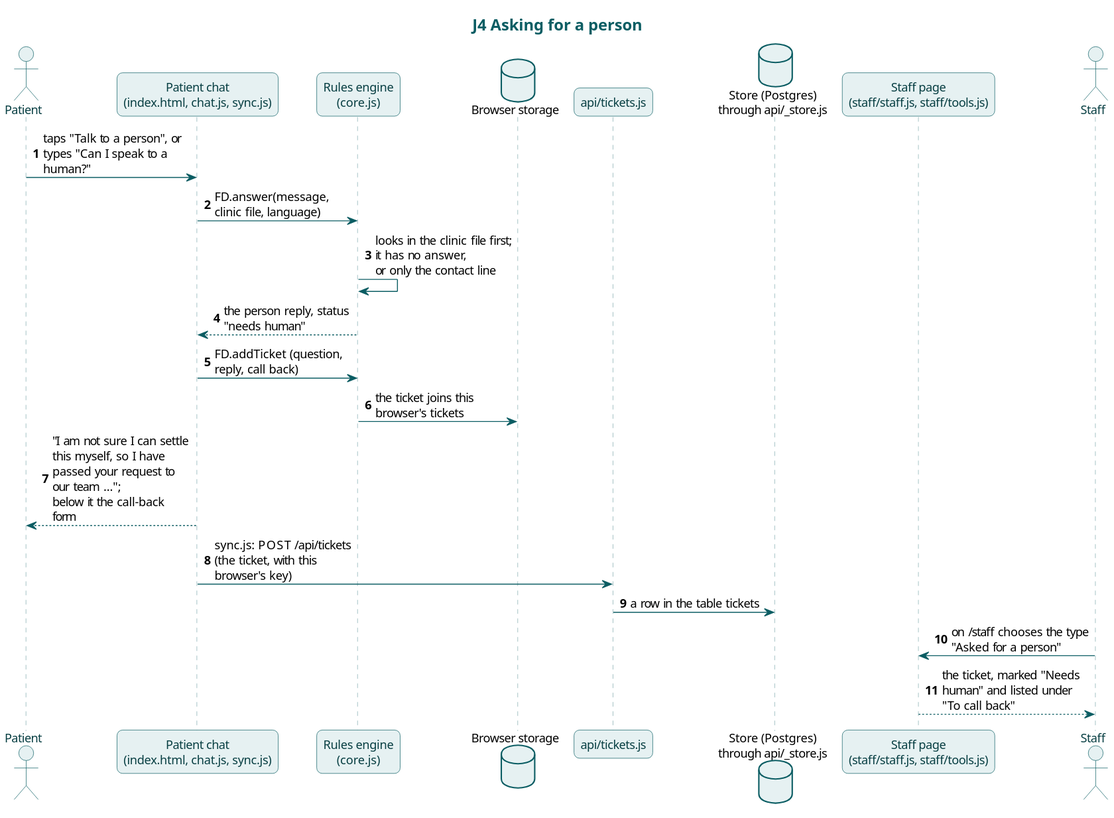
This is docs/diagrams/j4-ask-for-a-person.svg from karwasanjay007/frontdesk-ai-docs, a PlantUML export, as it was before one commit. Its diagram source:
```plantuml
@startuml
!include style.iuml
title J4 Asking for a person
actor Patient
participant "Patient chat\n(index.html, chat.js, sync.js)" as Chat
participant "Rules engine\n(core.js)" as Core
database "Browser storage" as LS
participant "api/tickets.js" as Tix
database "Store (Postgres)\nthrough api/_store.js" as Store
participant "Staff page\n(staff/staff.js, staff/tools.js)" as SP
actor Staff
autonumber

Patient -> Chat : taps "Talk to a person", or types "Can I speak to a human?"
Chat -> Core : FD.answer(message, clinic file, language)
Core -> Core : looks in the clinic file first; it has no answer,\nor only the contact line
Core --> Chat : the person reply, status "needs human"
Chat -> Core : FD.addTicket (question, reply, call back)
Core -> LS : the ticket joins this browser's tickets
Chat --> Patient : "I am not sure I can settle this myself, so I have passed your request to our team ...";\nbelow it the call-back form
Chat -> Tix : sync.js: POST /api/tickets (the ticket, with this browser's key)
Tix -> Store : a row in the table tickets
Staff -> SP : on /staff chooses the type "Asked for a person"
SP --> Staff : the ticket, marked "Needs human" and listed under "To call back"
@enduml
```
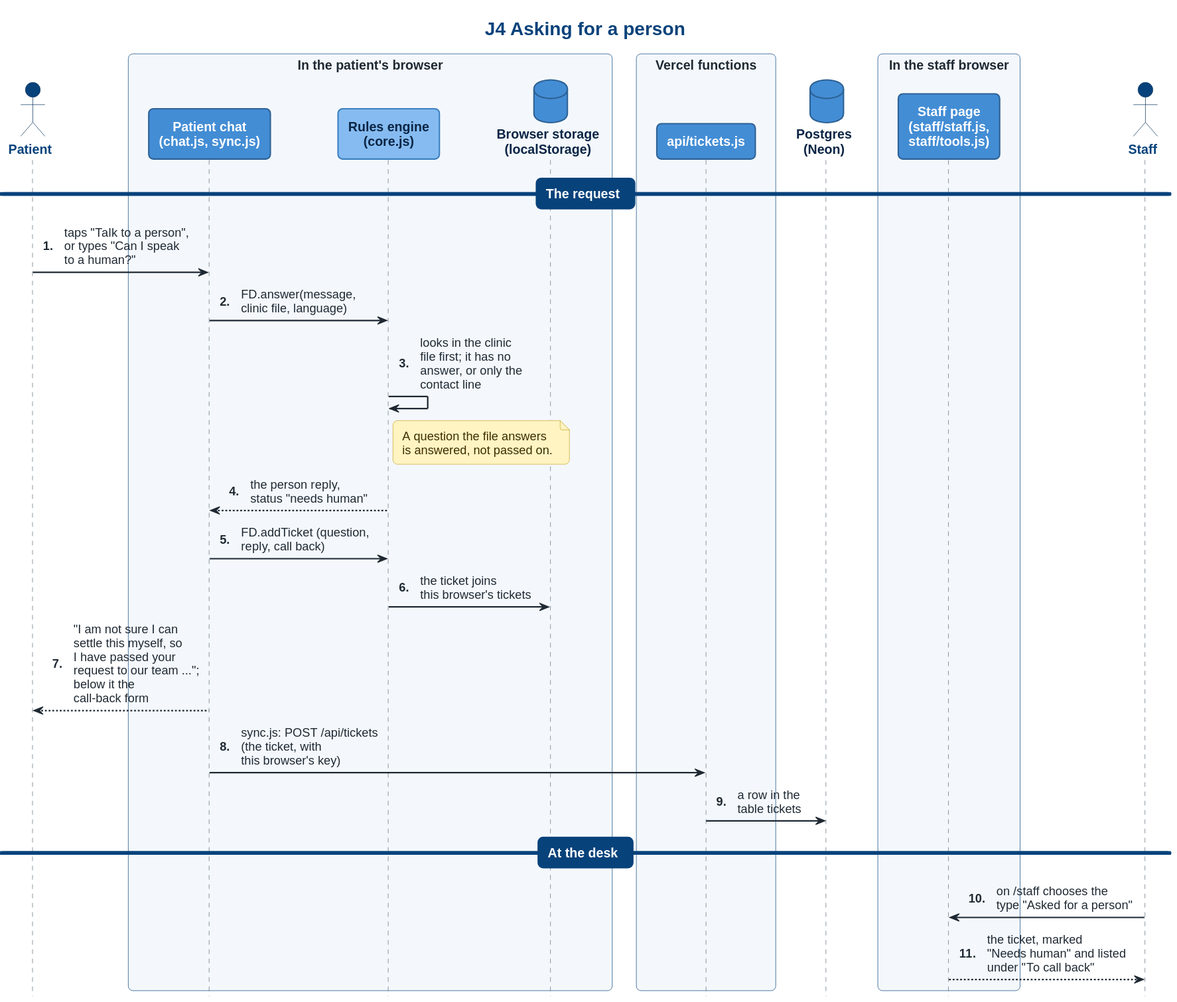
After the commit.

Change to the diagram source:
```diff
@@ -1,25 +1,33 @@
 @startuml
-!include style.iuml
+!include c4-sequence.iuml
 title J4 Asking for a person
-actor Patient
-participant "Patient chat\n(index.html, chat.js, sync.js)" as Chat
-participant "Rules engine\n(core.js)" as Core
-database "Browser storage" as LS
-participant "api/tickets.js" as Tix
-database "Store (Postgres)\nthrough api/_store.js" as Store
-participant "Staff page\n(staff/staff.js, staff/tools.js)" as SP
-actor Staff
-autonumber
+actor "Patient" as Patient <<person>>
+box "In the patient's browser"
+participant "Patient chat\n(chat.js, sync.js)" as Chat <<container>>
+participant "Rules engine\n(core.js)" as Core <<component>>
+database "Browser storage\n(localStorage)" as LS <<store>>
+end box
+box "Vercel functions"
+participant "api/tickets.js" as Tix <<container>>
+end box
+database "Postgres\n(Neon)" as Store <<store>>
+box "In the staff browser"
+participant "Staff page\n(staff/staff.js,\nstaff/tools.js)" as SP <<container>>
+end box
+actor "Staff" as Staff <<person>>
 
-Patient -> Chat : taps "Talk to a person", or types "Can I speak to a human?"
-Chat -> Core : FD.answer(message, clinic file, language)
-Core -> Core : looks in the clinic file first; it has no answer,\nor only the contact line
-Core --> Chat : the person reply, status "needs human"
-Chat -> Core : FD.addTicket (question, reply, call back)
-Core -> LS : the ticket joins this browser's tickets
-Chat --> Patient : "I am not sure I can settle this myself, so I have passed your request to our team ...";\nbelow it the call-back form
-Chat -> Tix : sync.js: POST /api/tickets (the ticket, with this browser's key)
-Tix -> Store : a row in the table tickets
-Staff -> SP : on /staff chooses the type "Asked for a person"
-SP --> Staff : the ticket, marked "Needs human" and listed under "To call back"
+== The request ==
+Patient -> Chat : taps "Talk to a person",\nor types "Can I speak\nto a human?"
+Chat -> Core : FD.answer(message,\nclinic file, language)
+Core -> Core : looks in the clinic\nfile first; it has no\nanswer, or only the\ncontact line
+note right of Core : A question the file answers\nis answered, not passed on.
+Core --> Chat : the person reply,\nstatus "needs human"
+Chat -> Core : FD.addTicket (question,\nreply, call back)
+Core -> LS : the ticket joins\nthis browser's tickets
+Chat --> Patient : "I am not sure I can\nsettle this myself, so\nI have passed your\nrequest to our team ...";\nbelow it the\ncall-back form
+Chat -> Tix : sync.js: POST /api/tickets\n(the ticket, with\nthis browser's key)
+Tix -> Store : a row in the\ntable tickets
+== At the desk ==
+Staff -> SP : on /staff chooses the\ntype "Asked for a person"
+SP --> Staff : the ticket, marked\n"Needs human" and listed\nunder "To call back"
 @enduml
```
